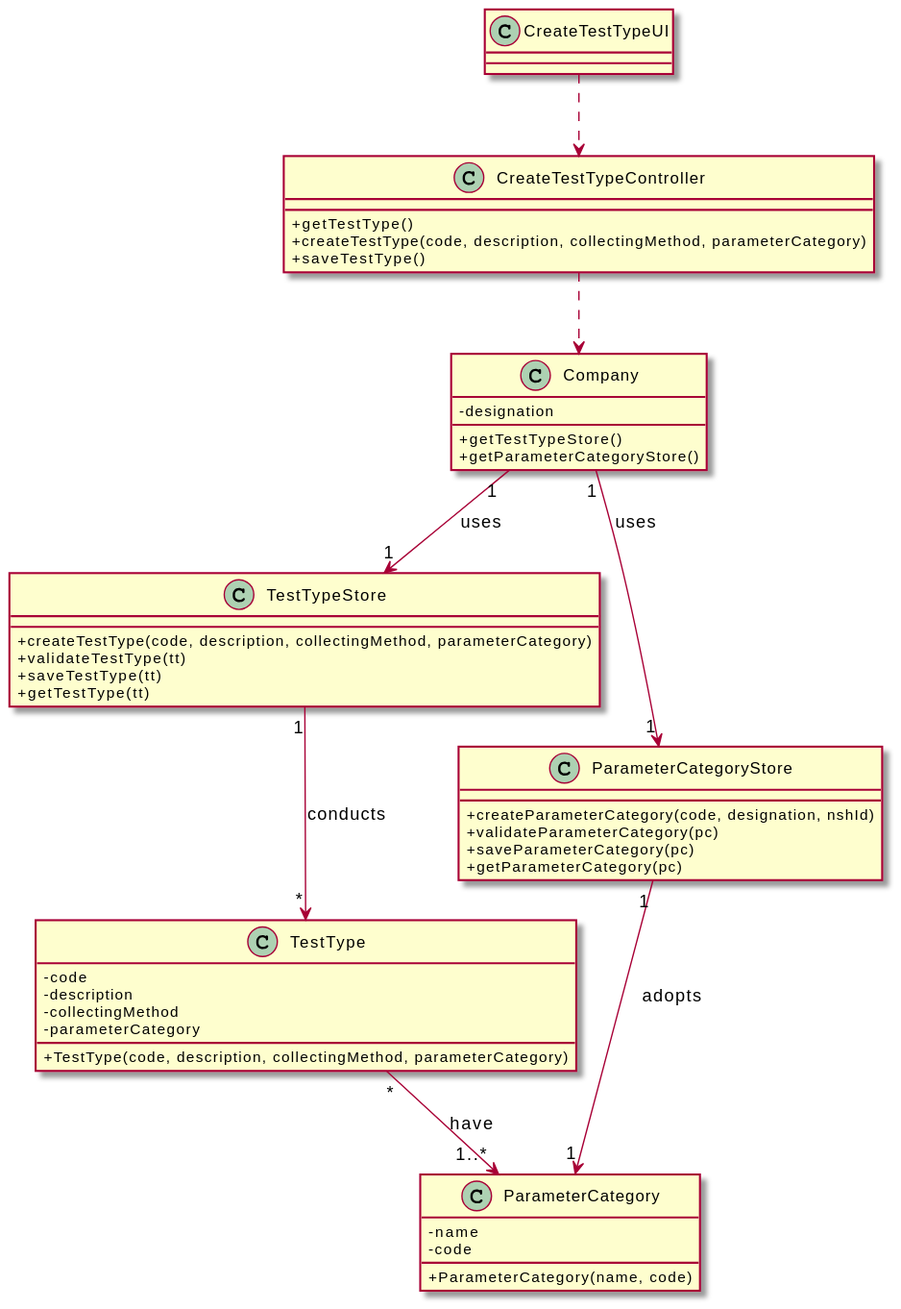
RuiRioPina/LAPR2-20-21 keeps this PlantUML diagram as docs/SprintB/US_9/UC9_CD.svg. Above is the earlier version.
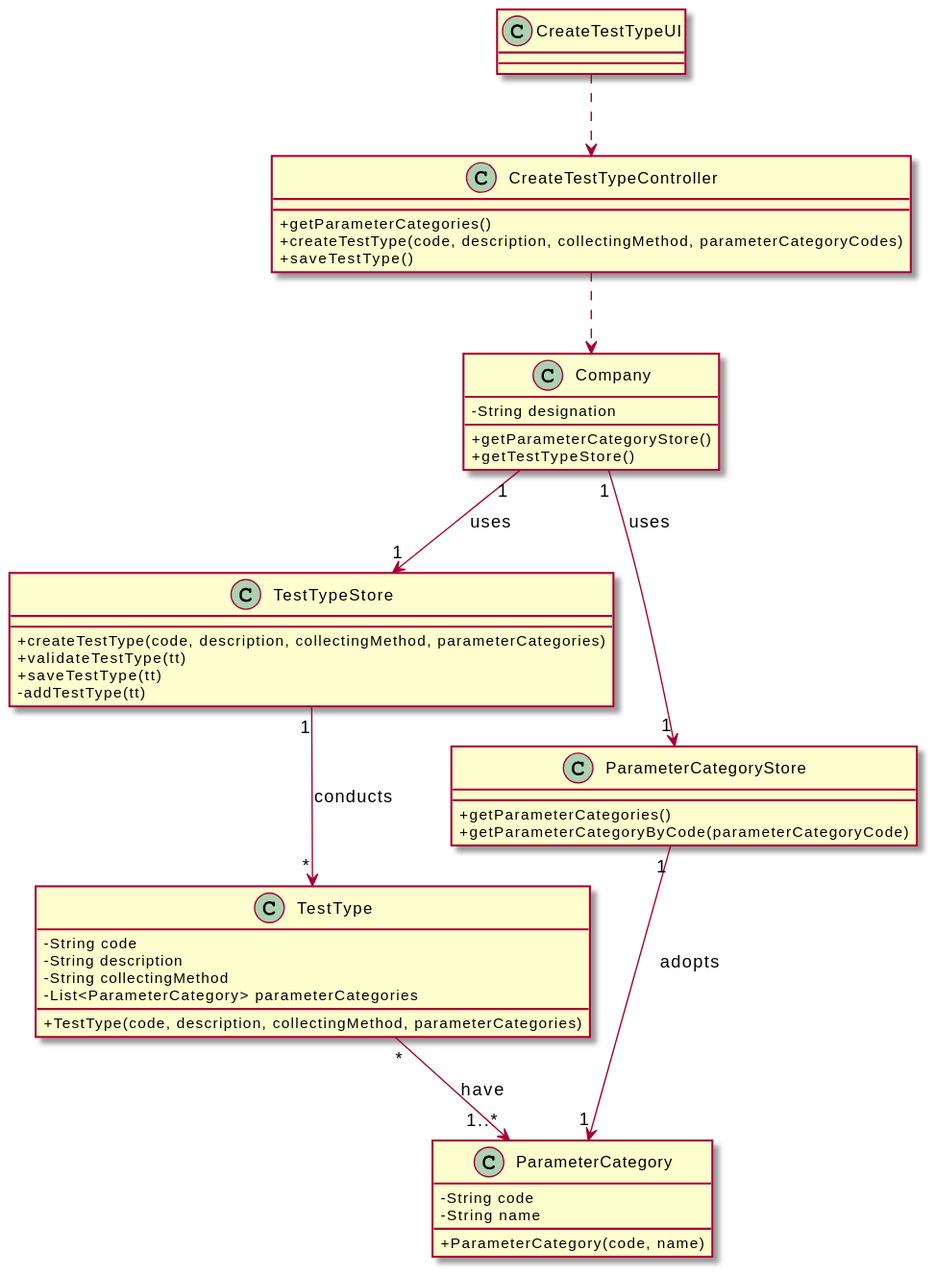
The same diagram one commit later.

Change to the diagram source:
```diff
@@ -3,45 +3,43 @@
 
 class Company
 {
-  -designation
+  -String designation
+  +getParameterCategoryStore()
   +getTestTypeStore()
-  +getParameterCategoryStore()
 }
 
 class TestTypeStore {
-  +createTestType(code, description, collectingMethod, parameterCategory)
+  +createTestType(code, description, collectingMethod, parameterCategories)
   +validateTestType(tt)
   +saveTestType(tt)
-  +getTestType(tt)
+  -addTestType(tt)
 }
 
 class ParameterCategoryStore {
-  +createParameterCategory(code, designation, nshId)
-  +validateParameterCategory(pc)
-  +saveParameterCategory(pc)
-  +getParameterCategory(pc)
+  +getParameterCategories()
+  +getParameterCategoryByCode(parameterCategoryCode)
 }
 
 class TestType {
-  -code
-  -description
-  -collectingMethod
-  -parameterCategory
-  +TestType(code, description, collectingMethod, parameterCategory)
+  -String code
+  -String description
+  -String collectingMethod
+  -List<ParameterCategory> parameterCategories
+  +TestType(code, description, collectingMethod, parameterCategories)
 }
 
 class ParameterCategory {
-  -name
-  -code
-  +ParameterCategory(name, code)
+  -String code
+  -String name
+  +ParameterCategory(code, name)
 }
 
 class CreateTestTypeUI {
 }
 
 class CreateTestTypeController {
-  +getTestType()
-  +createTestType(code, description, collectingMethod, parameterCategory)
+  +getParameterCategories()
+  +createTestType(code, description, collectingMethod, parameterCategoryCodes)
   +saveTestType()
 }
 
```
